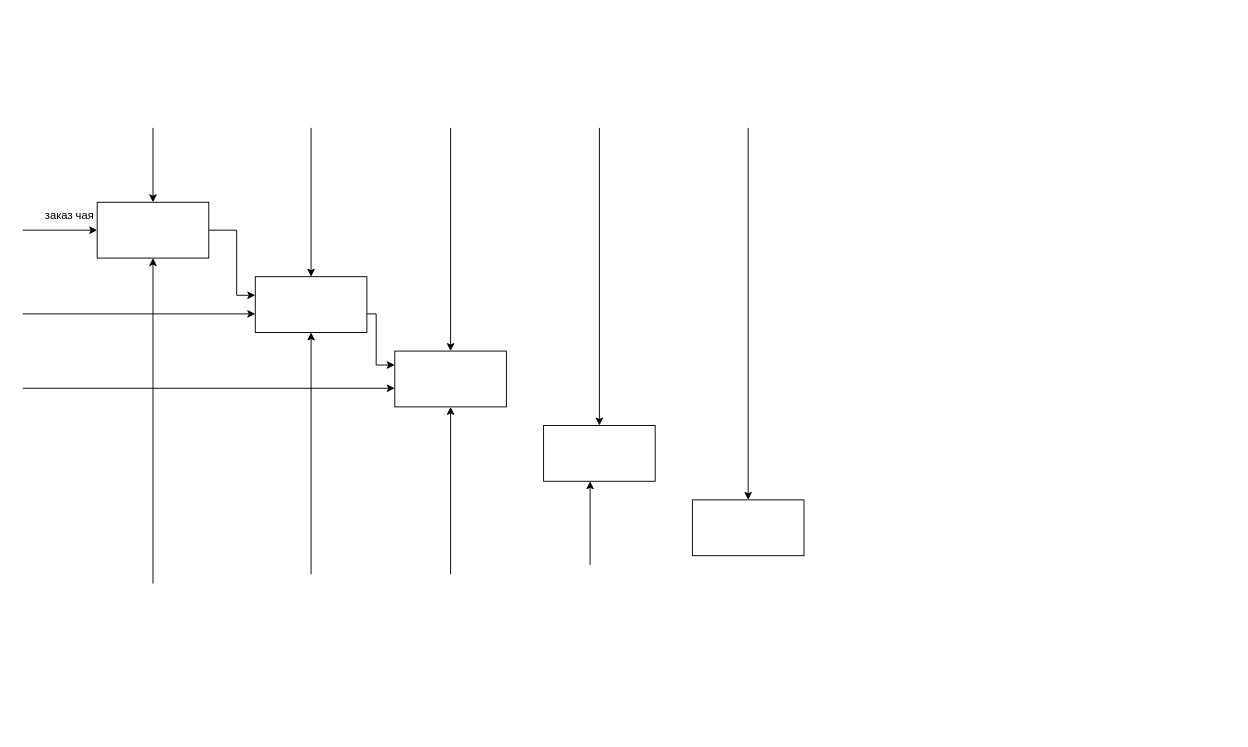
The draw.io diagram page "магазин чая" (3 of 3) of Диаграз названия.drawio in Ev0or/dontTouch, before the edit. Source tidied: cells renumbered, new cells numbered last; positions are measured from the earlier drawing's top-left corner, leaving out a move shared by most shapes. Both pictures are drawn from the tidied source at 93%, with x=0, y=0 at pixel (22, 127).
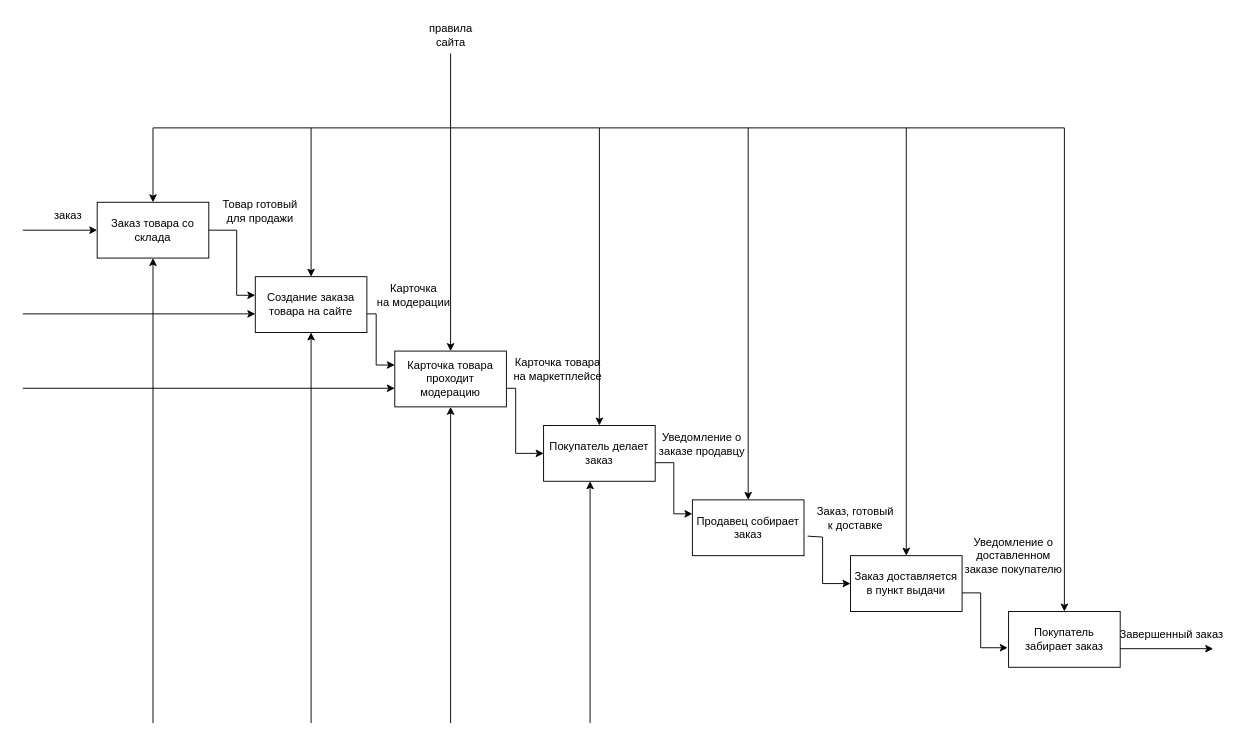
Above is the later version.

What changed in the source:
```diff
@@
-    <mxCell id="2" style="rounded=0;whiteSpace=wrap;html=1;" parent="1" vertex="1">
+    <mxCell id="2" value="Продавец собирает заказ" style="rounded=0;whiteSpace=wrap;html=1;" parent="1" vertex="1">
       <mxGeometry x="720" y="400" width="120" height="60" as="geometry" />
     </mxCell>
-    <mxCell id="3" style="rounded=0;whiteSpace=wrap;html=1;" parent="1" vertex="1">
+    <mxCell id="3" value="Карточка товара проходит модерацию" style="rounded=0;whiteSpace=wrap;html=1;" parent="1" vertex="1">
       <mxGeometry x="400" y="240" width="120" height="60" as="geometry" />
     </mxCell>
-    <mxCell id="4" style="rounded=0;whiteSpace=wrap;html=1;" parent="1" vertex="1">
+    <mxCell id="4" value="Покупатель делает заказ" style="rounded=0;whiteSpace=wrap;html=1;" parent="1" vertex="1">
       <mxGeometry x="560" y="320" width="120" height="60" as="geometry" />
     </mxCell>
-    <mxCell id="5" style="rounded=0;whiteSpace=wrap;html=1;" parent="1" vertex="1">
+    <mxCell id="5" value="Создание заказа товара на сайте" style="rounded=0;whiteSpace=wrap;html=1;" parent="1" vertex="1">
       <mxGeometry x="250" y="160" width="120" height="60" as="geometry" />
     </mxCell>
-    <mxCell id="6" style="rounded=0;whiteSpace=wrap;html=1;" parent="1" vertex="1">
+    <mxCell id="6" value="Заказ товара со&lt;br&gt;&lt;font&gt;склада&lt;/font&gt;" style="rounded=0;whiteSpace=wrap;html=1;" parent="1" vertex="1">
       <mxGeometry x="80" y="80" width="120" height="60" as="geometry" />
     </mxCell>
@@
     <mxCell id="8" style="endArrow=classic;html=1;rounded=0;" parent="1" edge="1">
       <mxGeometry relative="1" as="geometry">
-        <mxPoint x="140" y="490" as="sourcePoint" />
+        <mxPoint x="140" y="640" as="sourcePoint" />
         <mxPoint x="140" y="140" as="targetPoint" />
       </mxGeometry>
     </mxCell>
@@
     <mxCell id="13" style="endArrow=classic;html=1;rounded=0;" parent="1" edge="1">
       <mxGeometry relative="1" as="geometry">
-        <mxPoint x="310" y="480" as="sourcePoint" />
+        <mxPoint x="310" y="640" as="sourcePoint" />
         <mxPoint x="310" y="220" as="targetPoint" />
       </mxGeometry>
     </mxCell>
@@
     <mxCell id="17" style="endArrow=classic;html=1;rounded=0;" parent="1" edge="1">
       <mxGeometry relative="1" as="geometry">
-        <mxPoint x="460" y="480" as="sourcePoint" />
+        <mxPoint x="460" y="640" as="sourcePoint" />
         <mxPoint x="460" y="300" as="targetPoint" />
       </mxGeometry>
     </mxCell>
     <mxCell id="18" style="endArrow=classic;html=1;rounded=0;" parent="1" edge="1">
       <mxGeometry relative="1" as="geometry">
-        <mxPoint x="610" y="470" as="sourcePoint" />
+        <mxPoint x="610" y="640" as="sourcePoint" />
         <mxPoint x="610" y="380" as="targetPoint" />
       </mxGeometry>
     </mxCell>
@@
-    <mxCell id="21" value="заказ чая" style="text;html=1;align=center;verticalAlign=middle;strokeColor=none;fillColor=none;" parent="1" vertex="1">
-      <mxGeometry x="10" y="80" width="80" height="30" as="geometry" />
+    <mxCell id="21" value="заказ&amp;nbsp;" style="text;html=1;align=center;verticalAlign=middle;strokeColor=none;fillColor=none;" parent="1" vertex="1">
+      <mxGeometry x="20" y="80" width="60" height="30" as="geometry" />
     </mxCell>
+    <mxCell id="22" style="endArrow=none;html=1;rounded=0;" parent="1" edge="1">
+      <mxGeometry relative="1" as="geometry">
+        <mxPoint x="140" as="sourcePoint" />
+        <mxPoint x="1120" as="targetPoint" />
+      </mxGeometry>
+    </mxCell>
+    <mxCell id="23" style="endArrow=none;html=1;rounded=0;" parent="1" edge="1">
+      <mxGeometry relative="1" as="geometry">
+        <mxPoint x="460" as="sourcePoint" />
+        <mxPoint x="460" y="-80" as="targetPoint" />
+      </mxGeometry>
+    </mxCell>
+    <mxCell id="24" value="правила &lt;br&gt;сайта" style="text;html=1;align=center;verticalAlign=middle;strokeColor=none;fillColor=none;" parent="1" vertex="1">
+      <mxGeometry x="425" y="-120" width="70" height="40" as="geometry" />
+    </mxCell>
+    <mxCell id="25" value="&lt;span style=&quot;&quot;&gt;Товар готовый &lt;br&gt;для продажи&lt;/span&gt;" style="text;html=1;align=center;verticalAlign=middle;strokeColor=none;fillColor=none;" parent="1" vertex="1">
+      <mxGeometry x="205" y="70" width="100" height="40" as="geometry" />
+    </mxCell>
+    <mxCell id="26" value="&lt;span style=&quot;&quot;&gt;Карточка &lt;br&gt;на модерации&lt;/span&gt;" style="text;html=1;align=center;verticalAlign=middle;strokeColor=none;fillColor=none;" parent="1" vertex="1">
+      <mxGeometry x="370" y="160" width="100" height="40" as="geometry" />
+    </mxCell>
+    <mxCell id="27" style="endArrow=classic;html=1;rounded=0;entryX=0;entryY=0.5;entryDx=0;entryDy=0;" parent="1" edge="1" target="4">
+      <mxGeometry relative="1" as="geometry">
+        <mxPoint x="520" y="280" as="sourcePoint" />
+        <Array as="points">
+          <mxPoint x="530" y="280" />
+          <mxPoint x="530" y="350" />
+        </Array>
+      </mxGeometry>
+    </mxCell>
+    <mxCell id="28" value="&lt;span style=&quot;&quot;&gt;Карточка товара &lt;br&gt;на маркетплейсе&lt;/span&gt;" style="text;html=1;align=center;verticalAlign=middle;strokeColor=none;fillColor=none;" parent="1" vertex="1">
+      <mxGeometry x="515" y="240" width="120" height="40" as="geometry" />
+    </mxCell>
+    <mxCell id="29" style="endArrow=classic;html=1;rounded=0;entryX=0;entryY=0.25;entryDx=0;entryDy=0;" parent="1" edge="1" target="2">
+      <mxGeometry relative="1" as="geometry">
+        <mxPoint x="680" y="360" as="sourcePoint" />
+        <Array as="points">
+          <mxPoint x="700" y="360" />
+          <mxPoint x="700" y="415" />
+        </Array>
+      </mxGeometry>
+    </mxCell>
+    <mxCell id="30" value="&lt;span style=&quot;&quot;&gt;Уведомление о &lt;br&gt;заказе продавцу&lt;/span&gt;" style="text;html=1;align=center;verticalAlign=middle;strokeColor=none;fillColor=none;" parent="1" vertex="1">
+      <mxGeometry x="670" y="320" width="120" height="40" as="geometry" />
+    </mxCell>
+    <mxCell id="31" value="Заказ доставляется в пункт выдачи" style="rounded=0;whiteSpace=wrap;html=1;" parent="1" vertex="1">
+      <mxGeometry x="890" y="460" width="120" height="60" as="geometry" />
+    </mxCell>
+    <mxCell id="32" value="&lt;span style=&quot;&quot;&gt;Заказ, готовый &lt;br&gt;к доставке&lt;/span&gt;" style="text;html=1;align=center;verticalAlign=middle;strokeColor=none;fillColor=none;" parent="1" vertex="1">
+      <mxGeometry x="840" y="400" width="110" height="40" as="geometry" />
+    </mxCell>
+    <mxCell id="33" value="Покупатель забирает заказ" style="rounded=0;whiteSpace=wrap;html=1;" parent="1" vertex="1">
+      <mxGeometry x="1060" y="520" width="120" height="60" as="geometry" />
+    </mxCell>
+    <mxCell id="34" value="&lt;span style=&quot;&quot;&gt;Уведомление о &lt;br&gt;доставленном &lt;br&gt;заказе покупателю&lt;/span&gt;" style="text;html=1;align=center;verticalAlign=middle;strokeColor=none;fillColor=none;" parent="1" vertex="1">
+      <mxGeometry x="1000" y="430" width="130" height="60" as="geometry" />
+    </mxCell>
+    <mxCell id="35" style="endArrow=classic;html=1;rounded=0;entryX=0;entryY=0.5;entryDx=0;entryDy=0;exitX=1.033;exitY=0.65;exitDx=0;exitDy=0;exitPerimeter=0;" parent="1" edge="1" source="2" target="31">
+      <mxGeometry relative="1" as="geometry">
+        <Array as="points">
+          <mxPoint x="860" y="440" />
+          <mxPoint x="860" y="490" />
+        </Array>
+      </mxGeometry>
+    </mxCell>
+    <mxCell id="36" style="endArrow=classic;html=1;rounded=0;entryX=-0.008;entryY=0.65;entryDx=0;entryDy=0;entryPerimeter=0;" parent="1" edge="1" target="33">
+      <mxGeometry relative="1" as="geometry">
+        <mxPoint x="1010" y="500" as="sourcePoint" />
+        <Array as="points">
+          <mxPoint x="1030" y="500" />
+          <mxPoint x="1030" y="559" />
+        </Array>
+      </mxGeometry>
+    </mxCell>
+    <mxCell id="37" style="endArrow=classic;html=1;rounded=0;entryX=0.5;entryY=0;entryDx=0;entryDy=0;" parent="1" edge="1" target="31">
+      <mxGeometry relative="1" as="geometry">
+        <mxPoint x="950" as="sourcePoint" />
+      </mxGeometry>
+    </mxCell>
+    <mxCell id="38" style="endArrow=classic;html=1;rounded=0;entryX=0.5;entryY=0;entryDx=0;entryDy=0;" parent="1" edge="1" target="33">
+      <mxGeometry relative="1" as="geometry">
+        <mxPoint x="1120" as="sourcePoint" />
+      </mxGeometry>
+    </mxCell>
+    <mxCell id="39" style="endArrow=classic;html=1;rounded=0;" parent="1" edge="1">
+      <mxGeometry relative="1" as="geometry">
+        <mxPoint x="1180" y="560" as="sourcePoint" />
+        <mxPoint x="1280" y="560" as="targetPoint" />
+      </mxGeometry>
+    </mxCell>
+    <mxCell id="40" value="&lt;span style=&quot;&quot;&gt;Завершенный заказ&lt;/span&gt;" style="text;html=1;align=center;verticalAlign=middle;strokeColor=none;fillColor=none;" parent="1" vertex="1">
+      <mxGeometry x="1170" y="530" width="130" height="30" as="geometry" />
+    </mxCell>
```
